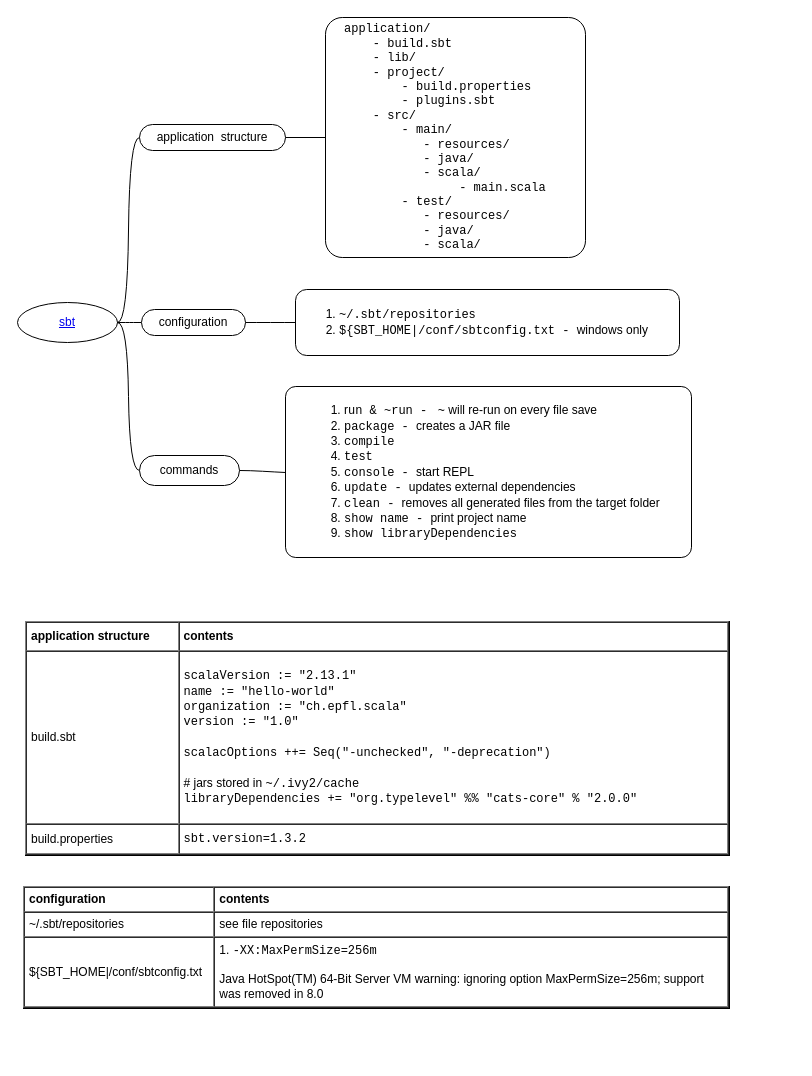
This is languages/scala/sbt.drawio from yangdj/tf_docs, a draw.io file, before an edit. Source tidied: cells renumbered, new cells numbered last; positions are measured from the earlier drawing's top-left corner, leaving out a move shared by most shapes. Both pictures are drawn from the tidied source at 100%, with x=0, y=0 at pixel (17, 17).
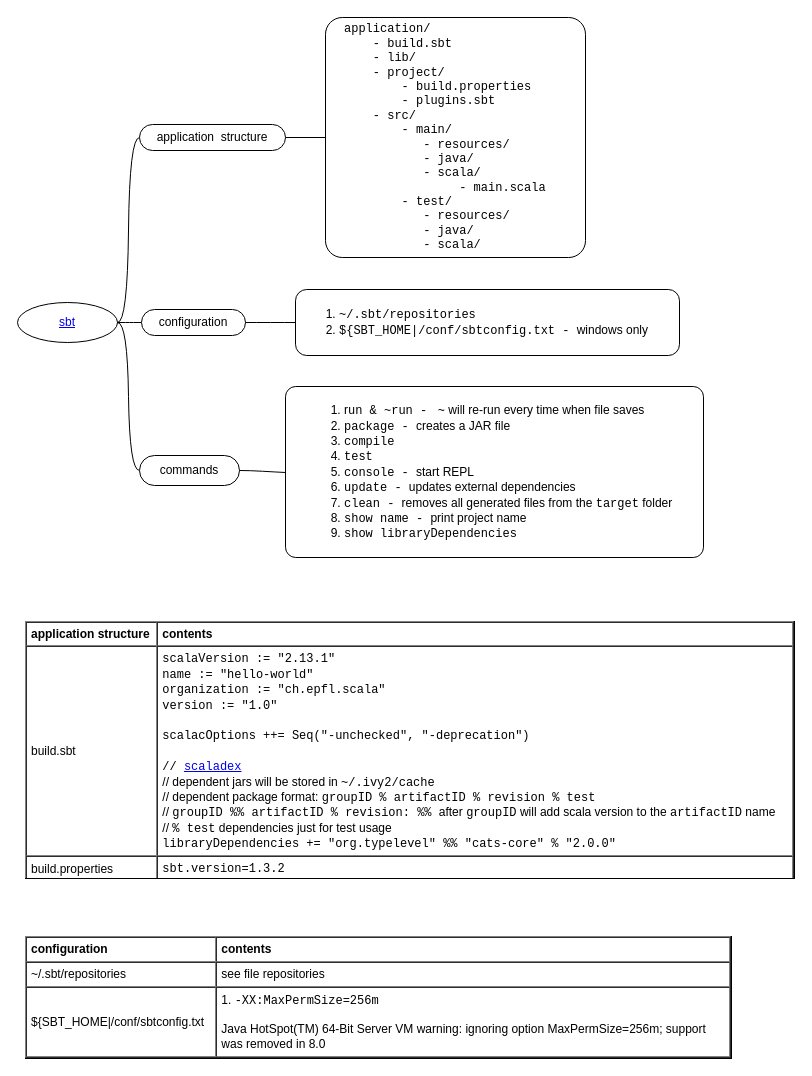
The same page after the edit.

Diff of the diagram source:
```diff
@@
 <mxGraphModel>
   <root>
     <mxCell id="0" />
     <mxCell id="1" parent="0" />
     <mxCell id="2" value="&lt;span&gt;&lt;a href=&quot;https://www.scala-sbt.org/1.x/docs/&quot;&gt;sbt&lt;/a&gt;&lt;/span&gt;" style="ellipse;whiteSpace=wrap;html=1;align=center;snapToPoint=1;fixDash=0;backgroundOutline=0;fontStyle=4;fontColor=#0000FF;" parent="1" vertex="1">
       <mxGeometry y="285" width="100" height="40" as="geometry" />
     </mxCell>
     <mxCell id="3" value="application&amp;nbsp; structure" style="whiteSpace=wrap;html=1;rounded=1;arcSize=50;align=center;verticalAlign=middle;strokeWidth=1;spacing=4;snapToPoint=1;fixDash=0;backgroundOutline=0;" parent="1" vertex="1">
       <mxGeometry x="122" y="107" width="146" height="26" as="geometry" />
     </mxCell>
     <mxCell id="4" style="edgeStyle=entityRelationEdgeStyle;startArrow=none;endArrow=none;segment=10;curved=1;snapToPoint=1;fixDash=0;backgroundOutline=0;" parent="1" edge="1" source="2" target="3">
       <mxGeometry relative="1" as="geometry" />
     </mxCell>
     <mxCell id="5" value="application/&lt;br&gt;&amp;nbsp; &amp;nbsp; - build.sbt&lt;br&gt;&amp;nbsp; &amp;nbsp; - lib/&lt;br&gt;&amp;nbsp; &amp;nbsp; - project/&lt;br&gt;&amp;nbsp; &amp;nbsp; &amp;nbsp; &amp;nbsp; - build.properties&lt;br&gt;&amp;nbsp; &amp;nbsp; &amp;nbsp; &amp;nbsp; - plugins.sbt&lt;br&gt;&amp;nbsp; &amp;nbsp; - src/&lt;br&gt;&amp;nbsp; &amp;nbsp; &amp;nbsp; &amp;nbsp; - main/&lt;br&gt;&amp;nbsp; &amp;nbsp; &amp;nbsp; &amp;nbsp; &amp;nbsp; &amp;nbsp;- resources/&lt;br&gt;&amp;nbsp; &amp;nbsp; &amp;nbsp; &amp;nbsp; &amp;nbsp; &amp;nbsp;- java/&lt;br&gt;&amp;nbsp; &amp;nbsp; &amp;nbsp; &amp;nbsp; &amp;nbsp; &amp;nbsp;- scala/&lt;br&gt;&amp;nbsp; &amp;nbsp; &amp;nbsp; &amp;nbsp; &amp;nbsp; &amp;nbsp; &amp;nbsp; &amp;nbsp; - main.scala&lt;br&gt;&amp;nbsp; &amp;nbsp; &amp;nbsp; &amp;nbsp; - test/&lt;br&gt;&amp;nbsp; &amp;nbsp; &amp;nbsp; &amp;nbsp; &amp;nbsp; &amp;nbsp;- resources/&lt;br&gt;&amp;nbsp; &amp;nbsp; &amp;nbsp; &amp;nbsp; &amp;nbsp; &amp;nbsp;- java/&lt;br&gt;&amp;nbsp; &amp;nbsp; &amp;nbsp; &amp;nbsp; &amp;nbsp; &amp;nbsp;- scala/" style="whiteSpace=wrap;html=1;rounded=1;arcSize=7;align=left;verticalAlign=middle;strokeWidth=1;spacing=4;snapToPoint=1;fixDash=0;backgroundOutline=0;spacingLeft=15;glass=0;comic=0;shadow=0;fontFamily=Courier New;" parent="1" vertex="1">
       <mxGeometry x="308" width="260" height="240" as="geometry" />
     </mxCell>
     <mxCell id="6" style="edgeStyle=orthogonalEdgeStyle;rounded=0;jettySize=auto;html=1;endArrow=none;endFill=0;" parent="1" edge="1" source="3" target="5">
       <mxGeometry relative="1" as="geometry" />
     </mxCell>
     <mxCell id="7" style="edgeStyle=entityRelationEdgeStyle;startArrow=none;endArrow=none;segment=10;curved=1;snapToPoint=1;fixDash=0;backgroundOutline=0;exitX=1;exitY=0.5;exitDx=0;exitDy=0;" parent="1" edge="1" source="2" target="8">
       <mxGeometry relative="1" as="geometry" />
     </mxCell>
     <mxCell id="8" value="commands" style="whiteSpace=wrap;html=1;rounded=1;arcSize=50;align=center;verticalAlign=middle;strokeWidth=1;spacing=4;snapToPoint=1;fixDash=0;backgroundOutline=0;" parent="1" vertex="1">
       <mxGeometry x="122" y="438" width="100" height="30" as="geometry" />
     </mxCell>
     <mxCell id="9" style="edgeStyle=entityRelationEdgeStyle;startArrow=none;endArrow=none;segment=10;curved=1;snapToPoint=1;fixDash=0;backgroundOutline=0;" parent="1" edge="1" source="8" target="10">
       <mxGeometry relative="1" as="geometry" />
     </mxCell>
-    <mxCell id="10" value="&lt;ol&gt;&lt;li&gt;r&lt;font face=&quot;Courier New&quot;&gt;un &amp;amp; ~run -&amp;nbsp;&lt;/font&gt;&amp;nbsp;&lt;font face=&quot;Courier New&quot;&gt;~&lt;/font&gt; will re-run on every file save&lt;/li&gt;&lt;li&gt;&lt;font face=&quot;Courier New&quot;&gt;package -&amp;nbsp;&lt;/font&gt;&lt;span&gt;creates a JAR file&lt;/span&gt;&lt;/li&gt;&lt;li&gt;&lt;font face=&quot;Courier New&quot;&gt;compile&lt;/font&gt;&lt;/li&gt;&lt;li&gt;&lt;font face=&quot;Courier New&quot;&gt;test&lt;/font&gt;&lt;/li&gt;&lt;li&gt;&lt;font face=&quot;Courier New&quot;&gt;console -&amp;nbsp;&lt;/font&gt;start REPL&lt;/li&gt;&lt;li&gt;&lt;font face=&quot;Courier New&quot;&gt;update - &lt;/font&gt;updates external dependencies&lt;/li&gt;&lt;li&gt;&lt;font face=&quot;Courier New&quot;&gt;clean - &lt;/font&gt;removes all generated files from the target folder&lt;/li&gt;&lt;li&gt;&lt;font face=&quot;Courier New&quot;&gt;show name -&amp;nbsp;&lt;/font&gt;print project name&lt;/li&gt;&lt;li&gt;&lt;font face=&quot;Courier New&quot;&gt;show libraryDependencies&lt;/font&gt;&lt;/li&gt;&lt;/ol&gt;" style="whiteSpace=wrap;html=1;rounded=1;arcSize=6;align=left;verticalAlign=middle;strokeWidth=1;spacing=4;snapToPoint=1;fixDash=0;backgroundOutline=0;spacingLeft=15;" parent="1" vertex="1">
-      <mxGeometry x="268" y="369" width="406" height="171" as="geometry" />
+    <mxCell id="10" value="&lt;ol&gt;&lt;li&gt;r&lt;font face=&quot;Courier New&quot;&gt;un &amp;amp; ~run -&amp;nbsp;&lt;/font&gt;&amp;nbsp;&lt;font face=&quot;Courier New&quot;&gt;~&lt;/font&gt; will re-run every time when file saves&lt;/li&gt;&lt;li&gt;&lt;font face=&quot;Courier New&quot;&gt;package -&amp;nbsp;&lt;/font&gt;&lt;span&gt;creates a JAR file&lt;/span&gt;&lt;/li&gt;&lt;li&gt;&lt;font face=&quot;Courier New&quot;&gt;compile&lt;/font&gt;&lt;/li&gt;&lt;li&gt;&lt;font face=&quot;Courier New&quot;&gt;test&lt;/font&gt;&lt;/li&gt;&lt;li&gt;&lt;font face=&quot;Courier New&quot;&gt;console -&amp;nbsp;&lt;/font&gt;start REPL&lt;/li&gt;&lt;li&gt;&lt;font face=&quot;Courier New&quot;&gt;update - &lt;/font&gt;updates external dependencies&lt;/li&gt;&lt;li&gt;&lt;font face=&quot;Courier New&quot;&gt;clean - &lt;/font&gt;removes all generated files from the &lt;font face=&quot;Courier New&quot;&gt;target&lt;/font&gt; folder&lt;/li&gt;&lt;li&gt;&lt;font face=&quot;Courier New&quot;&gt;show name -&amp;nbsp;&lt;/font&gt;print project name&lt;/li&gt;&lt;li&gt;&lt;font face=&quot;Courier New&quot;&gt;show libraryDependencies&lt;/font&gt;&lt;/li&gt;&lt;/ol&gt;" style="whiteSpace=wrap;html=1;rounded=1;arcSize=6;align=left;verticalAlign=middle;strokeWidth=1;spacing=4;snapToPoint=1;fixDash=0;backgroundOutline=0;spacingLeft=15;" parent="1" vertex="1">
+      <mxGeometry x="268" y="369" width="418" height="171" as="geometry" />
     </mxCell>
     <mxCell id="11" style="edgeStyle=entityRelationEdgeStyle;startArrow=none;endArrow=none;segment=10;curved=1;snapToPoint=1;fixDash=0;backgroundOutline=0;" parent="1" edge="1" source="2" target="12">
       <mxGeometry relative="1" as="geometry" />
     </mxCell>
     <mxCell id="12" value="configuration" style="whiteSpace=wrap;html=1;rounded=1;arcSize=50;align=center;verticalAlign=middle;strokeWidth=1;spacing=4;snapToPoint=1;fixDash=0;backgroundOutline=0;" parent="1" vertex="1">
       <mxGeometry x="124" y="292" width="104" height="26" as="geometry" />
     </mxCell>
     <mxCell id="13" style="edgeStyle=entityRelationEdgeStyle;startArrow=none;endArrow=none;segment=10;curved=1;snapToPoint=1;fixDash=0;backgroundOutline=0;" parent="1" edge="1" source="12" target="14">
       <mxGeometry relative="1" as="geometry" />
     </mxCell>
     <mxCell id="14" value="&lt;div&gt;&lt;p&gt;&lt;/p&gt;&lt;ol&gt;&lt;li&gt;&lt;span&gt;&lt;font face=&quot;Courier New&quot;&gt;~/.sbt/repositories&lt;/font&gt;&lt;/span&gt;&lt;/li&gt;&lt;li&gt;&lt;font face=&quot;Courier New&quot;&gt;${SBT_HOME|/conf/sbtconfig.txt - &lt;/font&gt;windows only&lt;/li&gt;&lt;/ol&gt;&lt;p&gt;&lt;/p&gt;&lt;/div&gt;" style="whiteSpace=wrap;html=1;rounded=1;arcSize=17;align=left;verticalAlign=middle;strokeWidth=1;spacing=4;snapToPoint=1;fixDash=0;backgroundOutline=0;" parent="1" vertex="1">
       <mxGeometry x="278" y="272" width="384" height="66" as="geometry" />
     </mxCell>
-    <mxCell id="15" value="&lt;table cellpadding=&quot;4&quot; cellspacing=&quot;0&quot; border=&quot;1&quot; style=&quot;font-size: 1em ; width: 100% ; height: 100%&quot;&gt;&lt;tbody&gt;&lt;tr&gt;&lt;th&gt;application structure&lt;/th&gt;&lt;th&gt;contents&lt;/th&gt;&lt;/tr&gt;&lt;tr&gt;&lt;td&gt;&lt;span style=&quot;text-align: center&quot;&gt;build.sbt&lt;/span&gt;&lt;/td&gt;&lt;td&gt;&lt;span style=&quot;font-family: &amp;#34;courier new&amp;#34;&quot;&gt;scalaVersion := &quot;2.13.1&quot;&lt;/span&gt;&lt;br style=&quot;font-family: &amp;#34;courier new&amp;#34;&quot;&gt;&lt;span style=&quot;font-family: &amp;#34;courier new&amp;#34;&quot;&gt;name := &quot;hello-world&quot;&lt;/span&gt;&lt;br style=&quot;font-family: &amp;#34;courier new&amp;#34;&quot;&gt;&lt;span style=&quot;font-family: &amp;#34;courier new&amp;#34;&quot;&gt;organization := &quot;ch.epfl.scala&quot;&lt;/span&gt;&lt;br style=&quot;font-family: &amp;#34;courier new&amp;#34;&quot;&gt;&lt;span style=&quot;font-family: &amp;#34;courier new&amp;#34;&quot;&gt;version := &quot;1.0&quot;&lt;br&gt;&lt;br&gt;&lt;/span&gt;&lt;font face=&quot;Courier New&quot;&gt;scalacOptions ++= Seq(&quot;-unchecked&quot;, &quot;-deprecation&quot;)&lt;br&gt;&lt;br&gt;&lt;/font&gt;# jars stored in&amp;nbsp;&lt;font face=&quot;Courier New&quot; style=&quot;font-family: &amp;#34;courier new&amp;#34;&quot;&gt;~/.ivy2/cache&lt;/font&gt;&lt;br&gt;&lt;font face=&quot;Courier New&quot;&gt;libraryDependencies += &quot;org.typelevel&quot; %% &quot;cats-core&quot; % &quot;2.0.0&quot;&lt;br&gt;&lt;/font&gt;&lt;/td&gt;&lt;/tr&gt;&lt;tr&gt;&lt;td&gt;build.properties&lt;/td&gt;&lt;td&gt;&lt;span style=&quot;font-family: &amp;#34;courier new&amp;#34;&quot;&gt;sbt.version=1.3.2&lt;/span&gt;&lt;br&gt;&lt;/td&gt;&lt;/tr&gt;&lt;/tbody&gt;&lt;/table&gt; " style="verticalAlign=top;align=left;overflow=fill;fontSize=12;fontFamily=Helvetica;html=1;" parent="1" vertex="1">
-      <mxGeometry x="8" y="604" width="704" height="234" as="geometry" />
+    <mxCell id="15" value="&lt;table cellpadding=&quot;4&quot; cellspacing=&quot;0&quot; border=&quot;1&quot; style=&quot;font-size: 1em ; width: 100% ; height: 100%&quot;&gt;&lt;tbody&gt;&lt;tr&gt;&lt;th&gt;application structure&lt;/th&gt;&lt;th&gt;contents&lt;/th&gt;&lt;/tr&gt;&lt;tr&gt;&lt;td&gt;&lt;span style=&quot;text-align: center&quot;&gt;build.sbt&lt;/span&gt;&lt;/td&gt;&lt;td&gt;&lt;span style=&quot;font-family: &amp;#34;courier new&amp;#34;&quot;&gt;scalaVersion := &quot;2.13.1&quot;&lt;/span&gt;&lt;br style=&quot;font-family: &amp;#34;courier new&amp;#34;&quot;&gt;&lt;span style=&quot;font-family: &amp;#34;courier new&amp;#34;&quot;&gt;name := &quot;hello-world&quot;&lt;/span&gt;&lt;br style=&quot;font-family: &amp;#34;courier new&amp;#34;&quot;&gt;&lt;span style=&quot;font-family: &amp;#34;courier new&amp;#34;&quot;&gt;organization := &quot;ch.epfl.scala&quot;&lt;/span&gt;&lt;br style=&quot;font-family: &amp;#34;courier new&amp;#34;&quot;&gt;&lt;span style=&quot;font-family: &amp;#34;courier new&amp;#34;&quot;&gt;version := &quot;1.0&quot;&lt;br&gt;&lt;br&gt;&lt;/span&gt;&lt;font face=&quot;Courier New&quot;&gt;scalacOptions ++= Seq(&quot;-unchecked&quot;, &quot;-deprecation&quot;)&lt;br&gt;&lt;br&gt;// &lt;a href=&quot;https://index.scala-lang.org/&quot;&gt;scaladex&lt;/a&gt;&lt;br&gt;&lt;/font&gt;// dependent jars will be stored in&amp;nbsp;&lt;font face=&quot;Courier New&quot; style=&quot;font-family: &amp;#34;courier new&amp;#34;&quot;&gt;~/.ivy2/cache&lt;br&gt;&lt;/font&gt;// dependent package format:&amp;nbsp;&lt;font face=&quot;Courier New&quot;&gt;groupID % artifactID % revision % test&lt;br&gt;&lt;/font&gt;// &lt;font face=&quot;Courier New&quot;&gt;groupID %% artifactID % revision: %% &lt;/font&gt;after &lt;font face=&quot;Courier New&quot;&gt;groupID&lt;/font&gt; will add scala version to the &lt;font face=&quot;Courier New&quot;&gt;artifactID&lt;/font&gt; name&lt;br&gt;// &lt;font face=&quot;Courier New&quot;&gt;% test&lt;/font&gt; dependencies just for test usage&lt;br&gt;&lt;font face=&quot;Courier New&quot;&gt;libraryDependencies += &quot;org.typelevel&quot; %% &quot;cats-core&quot; % &quot;2.0.0&quot;&lt;br&gt;&lt;/font&gt;&lt;/td&gt;&lt;/tr&gt;&lt;tr&gt;&lt;td&gt;build.properties&lt;/td&gt;&lt;td&gt;&lt;span style=&quot;font-family: &amp;#34;courier new&amp;#34;&quot;&gt;sbt.version=1.3.2&lt;/span&gt;&lt;br&gt;&lt;/td&gt;&lt;/tr&gt;&lt;/tbody&gt;&lt;/table&gt; " style="verticalAlign=top;align=left;overflow=fill;fontSize=12;fontFamily=Helvetica;html=1;" parent="1" vertex="1">
+      <mxGeometry x="8" y="604" width="769" height="257" as="geometry" />
     </mxCell>
     <mxCell id="16" value="&lt;table cellpadding=&quot;4&quot; cellspacing=&quot;0&quot; border=&quot;1&quot; style=&quot;font-size: 1em ; width: 100% ; height: 100%&quot;&gt;&lt;tbody&gt;&lt;tr&gt;&lt;th&gt;configuration&lt;/th&gt;&lt;th&gt;contents&lt;/th&gt;&lt;/tr&gt;&lt;tr&gt;&lt;td&gt;~/.sbt/repositories&lt;br&gt;&lt;/td&gt;&lt;td&gt;see&amp;nbsp;file&amp;nbsp;repositories&lt;/td&gt;&lt;/tr&gt;&lt;tr&gt;&lt;td&gt;${SBT_HOME|/conf/sbtconfig.txt&lt;/td&gt;&lt;td&gt;1.&amp;nbsp;&lt;font face=&quot;Courier New&quot;&gt;-XX:MaxPermSize=256m&lt;br&gt;&lt;/font&gt;&lt;span&gt;&lt;br&gt;&lt;/span&gt;Java HotSpot(TM) 64-Bit Server VM warning: ignoring option MaxPermSize=256m; support &lt;br&gt;was removed in 8.0&lt;br&gt;&lt;/td&gt;&lt;/tr&gt;&lt;/tbody&gt;&lt;/table&gt; " style="verticalAlign=top;align=left;overflow=fill;fontSize=12;fontFamily=Helvetica;html=1;" parent="1" vertex="1">
-      <mxGeometry x="6" y="869" width="706" height="122" as="geometry" />
+      <mxGeometry x="8" y="919" width="706" height="122" as="geometry" />
     </mxCell>
   </root>
 </mxGraphModel>
```
